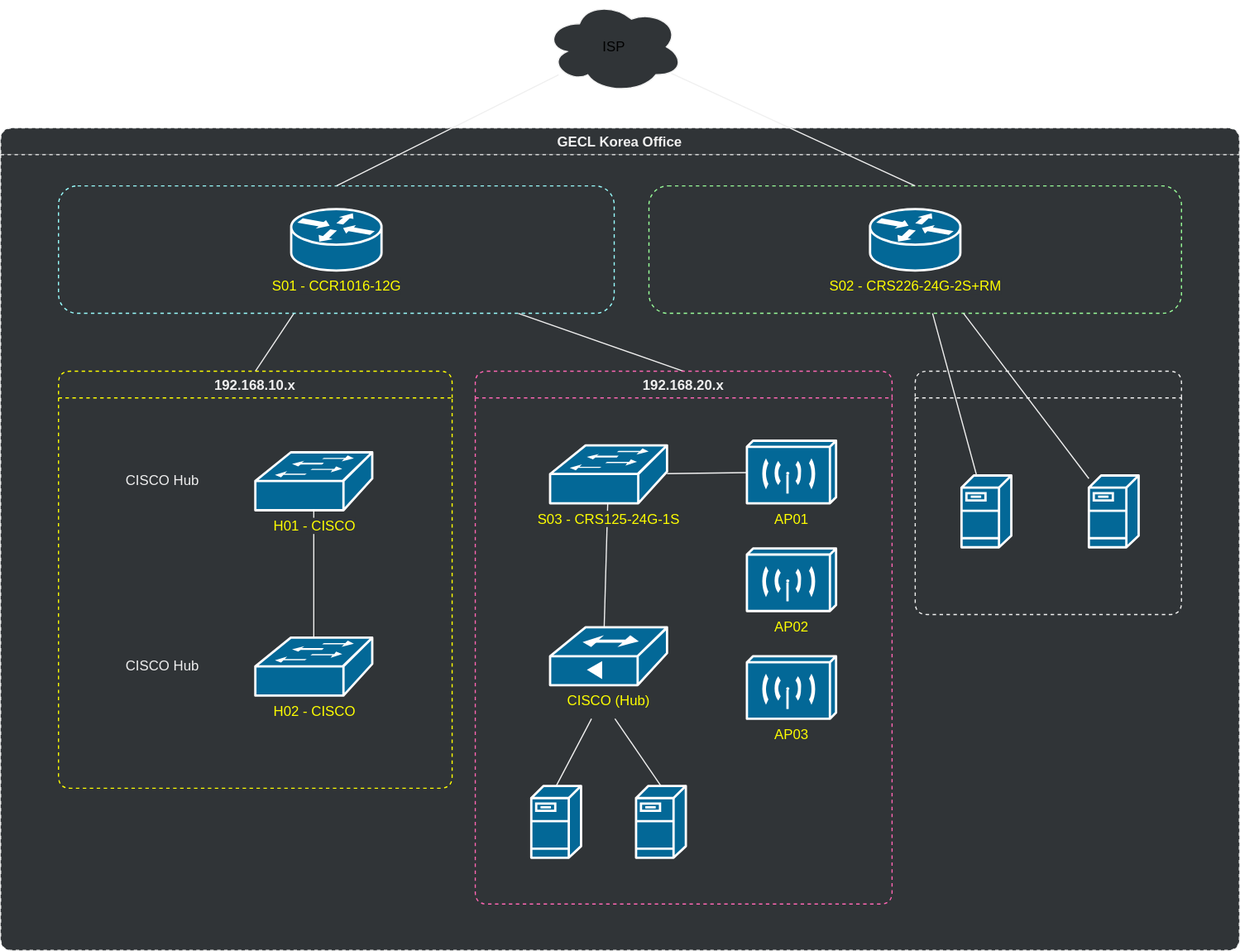
The draw.io diagram assets/.draw.io/documents/geclkorea-network-diagram.svg in jiholee-ntwglobal/jiholee-ntwglobal.github.io, before a commit. Source tidied: cells renumbered, new cells last; positions are measured from the earlier drawing's top-left corner, leaving out a move shared by most shapes.
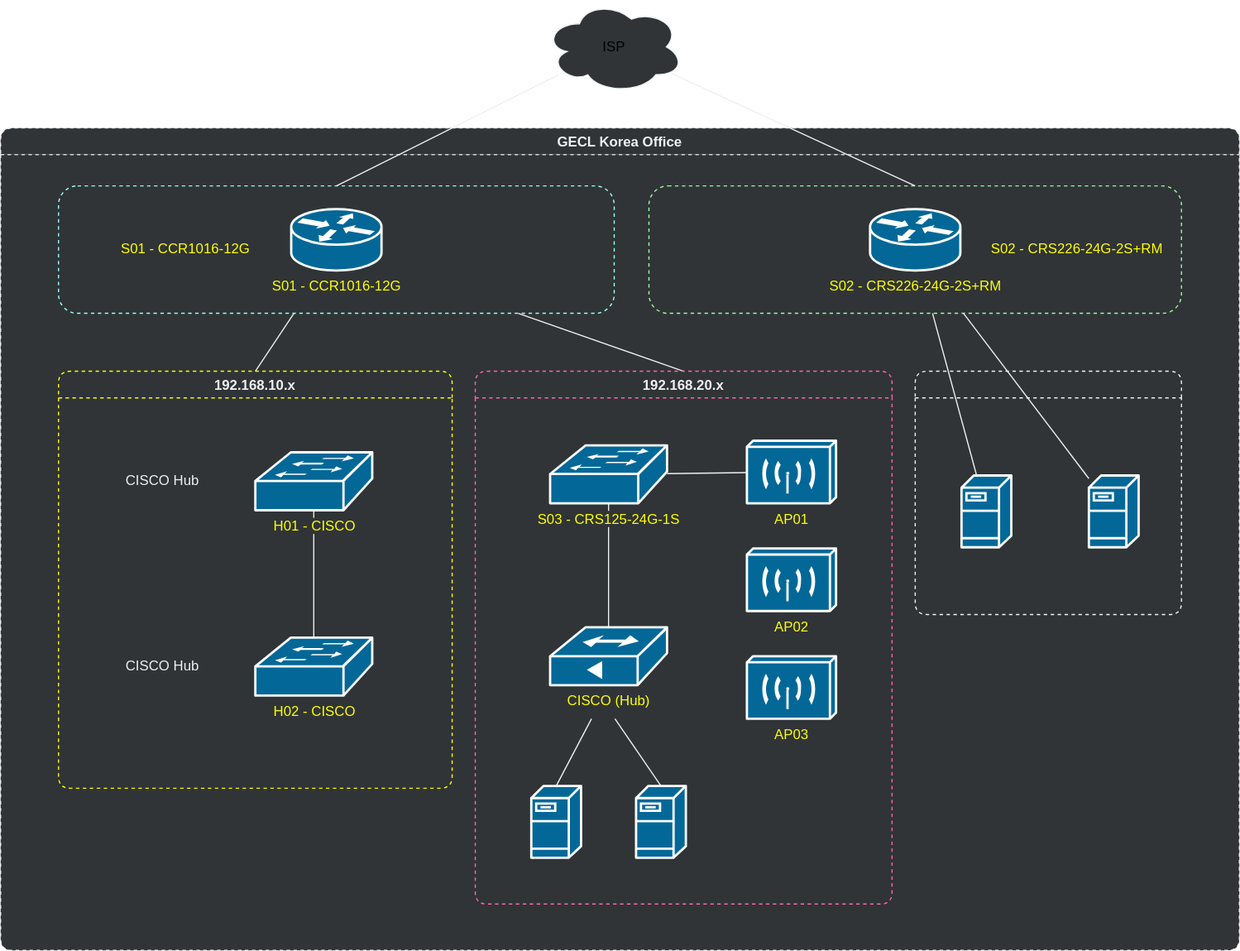
After the change.

Change to the diagram source:
```diff
@@ -54,10 +54,8 @@
     <mxCell id="17" value="192.168.20.x" style="swimlane;rounded=1;fontColor=#F0F0F0;dashed=1;swimlaneFillColor=#303437;fillColor=#303437;strokeColor=#FF66B3;" parent="4" vertex="1">
       <mxGeometry x="410" y="210" width="360" height="460" as="geometry" />
     </mxCell>
-    <mxCell id="18" style="edgeStyle=none;rounded=0;jettySize=auto;html=1;endArrow=none;endFill=0;fillColor=#1ba1e2;strokeColor=#F0F0F0;" parent="17" edge="1" source="20">
-      <mxGeometry relative="1" as="geometry">
-        <mxPoint x="110.5" y="250" as="targetPoint" />
-      </mxGeometry>
+    <mxCell id="18" style="edgeStyle=none;rounded=0;jettySize=auto;html=1;endArrow=none;endFill=0;fillColor=#1ba1e2;strokeColor=#F0F0F0;" parent="17" edge="1" source="20" target="28">
+      <mxGeometry relative="1" as="geometry" />
     </mxCell>
     <mxCell id="19" style="edgeStyle=none;rounded=0;jettySize=auto;html=1;endArrow=none;endFill=0;fillColor=#1ba1e2;strokeColor=#F0F0F0;" parent="17" edge="1" source="20" target="23">
       <mxGeometry relative="1" as="geometry" />
@@ -108,6 +106,12 @@
     <mxCell id="33" style="edgeStyle=none;rounded=0;jettySize=auto;html=1;fontColor=#F0F0F0;endArrow=none;endFill=0;fillColor=#1ba1e2;strokeColor=#F0F0F0;" parent="4" edge="1" source="5" target="31">
       <mxGeometry relative="1" as="geometry" />
     </mxCell>
+    <mxCell id="37" value="&lt;span style=&quot;color: rgb(255 , 255 , 0) ; background-color: rgb(48 , 52 , 55)&quot;&gt;S01 - CCR1016-12G&lt;/span&gt;" style="text;html=1;strokeColor=none;fillColor=none;align=center;verticalAlign=middle;whiteSpace=wrap;rounded=0;dashed=1;fontColor=#F0F0F0;" parent="4" vertex="1">
+      <mxGeometry x="100" y="95" width="120" height="20" as="geometry" />
+    </mxCell>
+    <mxCell id="38" value="&lt;span style=&quot;color: rgb(255 , 255 , 0) ; background-color: rgb(48 , 52 , 55)&quot;&gt;S02 - CRS226-24G-2S+RM&lt;/span&gt;" style="text;html=1;strokeColor=none;fillColor=none;align=center;verticalAlign=middle;whiteSpace=wrap;rounded=0;dashed=1;fontColor=#F0F0F0;" parent="4" vertex="1">
+      <mxGeometry x="850" y="95" width="160" height="20" as="geometry" />
+    </mxCell>
     <mxCell id="34" style="edgeStyle=none;rounded=0;jettySize=auto;html=1;entryX=0.5;entryY=0;entryDx=0;entryDy=0;endArrow=none;endFill=0;fontColor=#F0F0F0;fillColor=#1ba1e2;strokeColor=#F0F0F0;" parent="1" edge="1" source="36" target="8">
       <mxGeometry relative="1" as="geometry" />
     </mxCell>
```
